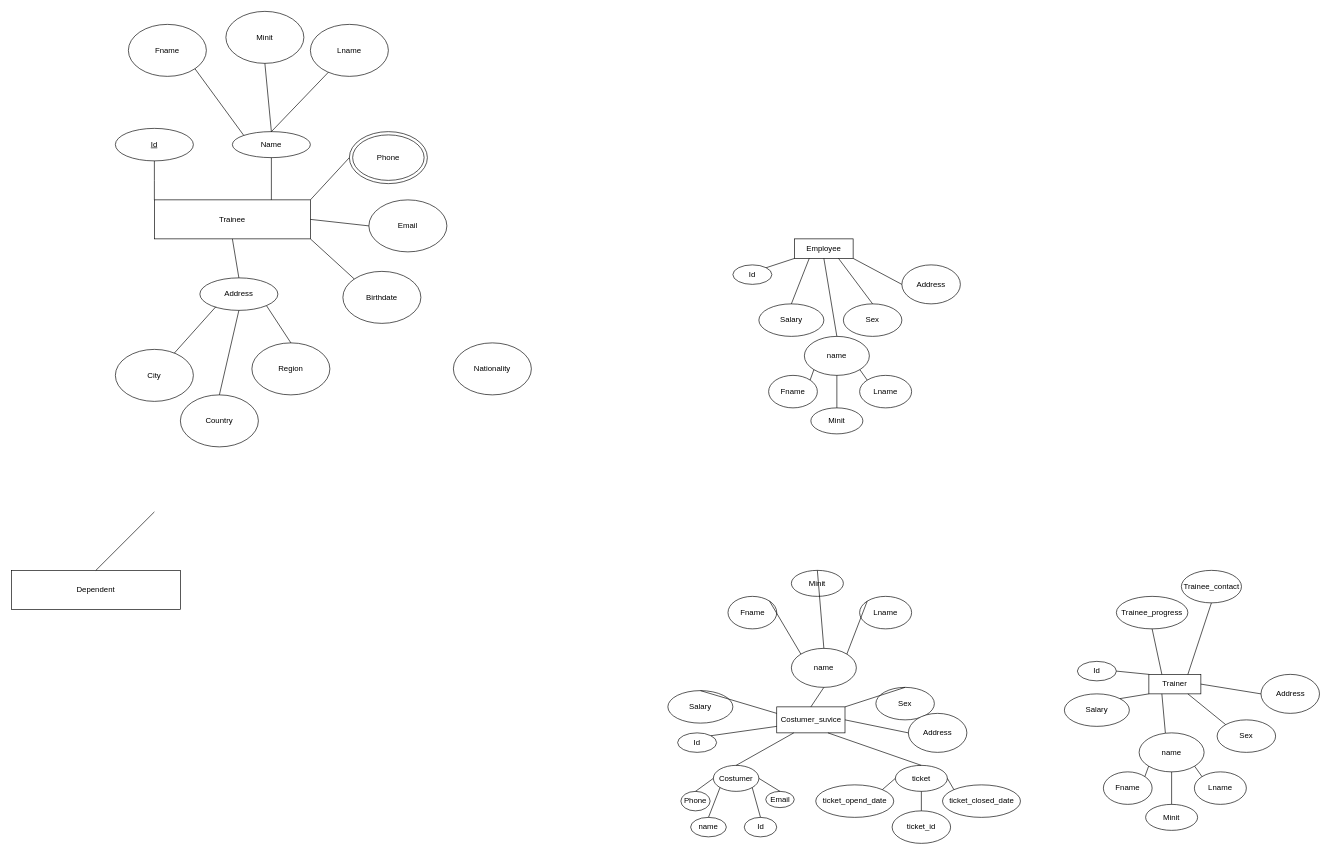
Earlier version of the draw.io diagram first.drawio (ihopethisusernamework/IS220ProjectER). Source tidied: cells renumbered, new cells numbered last; positions are measured from the earlier drawing's top-left corner, leaving out a move shared by most shapes. Both pictures are drawn from the tidied source at 65%, with x=0, y=0 at pixel (11, 11).
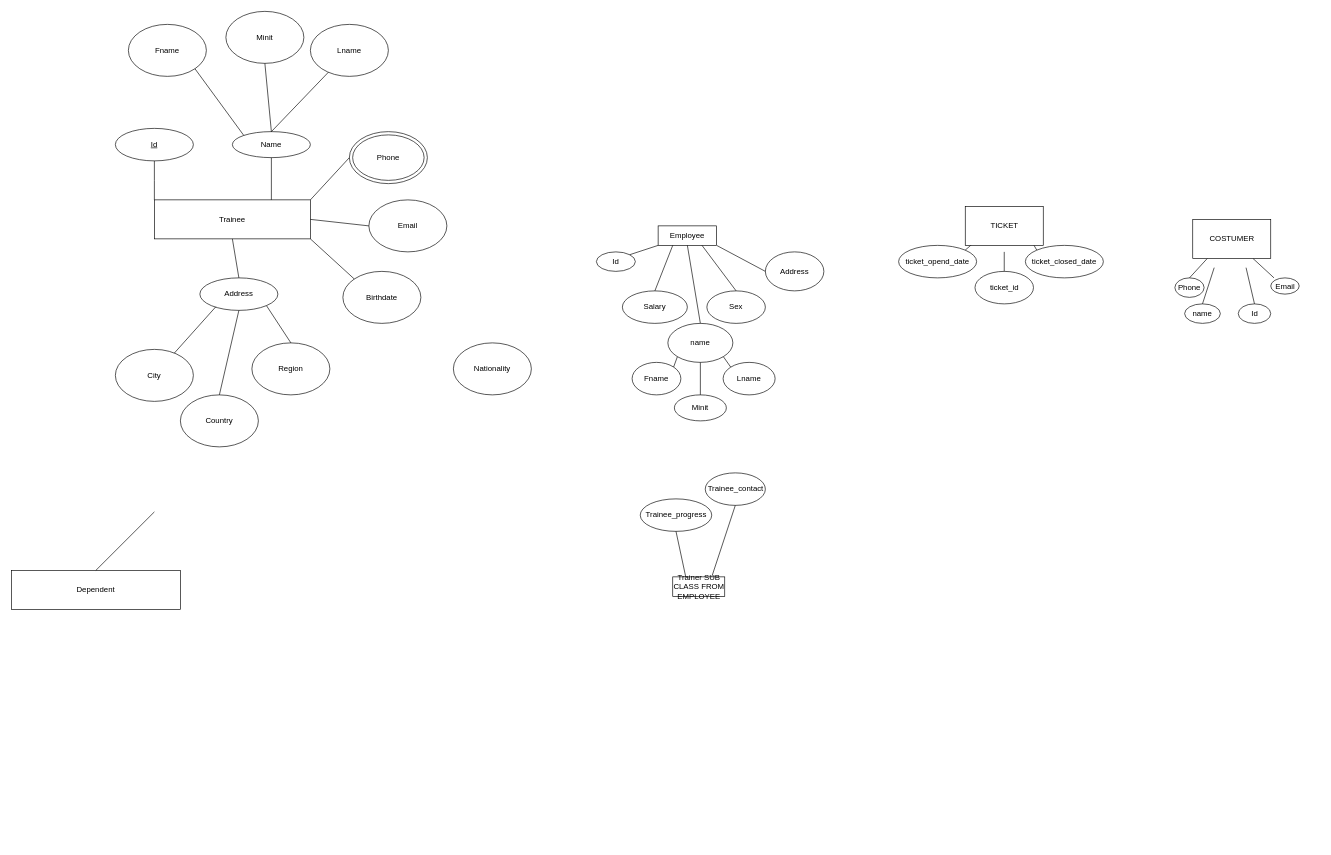
After the change.

Diff of the diagram source:
```diff
@@
     <mxCell id="30" value="Employee" style="rounded=0;whiteSpace=wrap;html=1;" parent="1" vertex="1">
-      <mxGeometry x="1205" y="350" width="90" height="30" as="geometry" />
+      <mxGeometry x="995" y="330" width="90" height="30" as="geometry" />
     </mxCell>
     <mxCell id="31" value="Id" style="ellipse;whiteSpace=wrap;html=1;" parent="1" vertex="1">
-      <mxGeometry x="1110" y="390" width="60" height="30" as="geometry" />
+      <mxGeometry x="900" y="370" width="60" height="30" as="geometry" />
     </mxCell>
     <mxCell id="32" value="Salary" style="ellipse;whiteSpace=wrap;html=1;" parent="1" vertex="1">
-      <mxGeometry x="1150" y="450" width="100" height="50" as="geometry" />
+      <mxGeometry x="940" y="430" width="100" height="50" as="geometry" />
     </mxCell>
     <mxCell id="33" value="Sex" style="ellipse;whiteSpace=wrap;html=1;" parent="1" vertex="1">
-      <mxGeometry x="1280" y="450" width="90" height="50" as="geometry" />
+      <mxGeometry x="1070" y="430" width="90" height="50" as="geometry" />
     </mxCell>
@@
     <mxCell id="37" value="Address" style="ellipse;whiteSpace=wrap;html=1;" parent="1" vertex="1">
-      <mxGeometry x="1370" y="390" width="90" height="60" as="geometry" />
+      <mxGeometry x="1160" y="370" width="90" height="60" as="geometry" />
     </mxCell>
@@
     <mxCell id="40" value="name" style="ellipse;whiteSpace=wrap;html=1;" parent="1" vertex="1">
-      <mxGeometry x="1220" y="500" width="100" height="60" as="geometry" />
+      <mxGeometry x="1010" y="480" width="100" height="60" as="geometry" />
     </mxCell>
@@
     <mxCell id="42" value="Lname" style="ellipse;whiteSpace=wrap;html=1;" parent="1" vertex="1">
-      <mxGeometry x="1305" y="560" width="80" height="50" as="geometry" />
+      <mxGeometry x="1095" y="540" width="80" height="50" as="geometry" />
     </mxCell>
     <mxCell id="43" value="Minit" style="ellipse;whiteSpace=wrap;html=1;" parent="1" vertex="1">
-      <mxGeometry x="1230" y="610" width="80" height="40" as="geometry" />
+      <mxGeometry x="1020" y="590" width="80" height="40" as="geometry" />
     </mxCell>
     <mxCell id="44" value="Fname" style="ellipse;whiteSpace=wrap;html=1;" parent="1" vertex="1">
-      <mxGeometry x="1165" y="560" width="75" height="50" as="geometry" />
+      <mxGeometry x="955" y="540" width="75" height="50" as="geometry" />
     </mxCell>
@@
-    <mxCell id="48" value="Costumer_suvice" style="rounded=0;whiteSpace=wrap;html=1;" parent="1" vertex="1">
-      <mxGeometry x="1177.5" y="1070" width="105" height="40" as="geometry" />
-    </mxCell>
     <mxCell id="49" value="ticket_opend_date" style="ellipse;whiteSpace=wrap;html=1;" parent="1" vertex="1">
-      <mxGeometry x="1237.5" y="1190" width="120" height="50" as="geometry" />
+      <mxGeometry x="1365" y="360" width="120" height="50" as="geometry" />
     </mxCell>
     <mxCell id="50" value="ticket_id" style="ellipse;whiteSpace=wrap;html=1;" parent="1" vertex="1">
-      <mxGeometry x="1355" y="1230" width="90" height="50" as="geometry" />
+      <mxGeometry x="1482.5" y="400" width="90" height="50" as="geometry" />
     </mxCell>
     <mxCell id="51" value="ticket_closed_date" style="ellipse;whiteSpace=wrap;html=1;" parent="1" vertex="1">
-      <mxGeometry x="1432.5" y="1190" width="120" height="50" as="geometry" />
+      <mxGeometry x="1560" y="360" width="120" height="50" as="geometry" />
     </mxCell>
-    <mxCell id="52" value="ticket" style="ellipse;whiteSpace=wrap;html=1;" parent="1" vertex="1">
-      <mxGeometry x="1360" y="1160" width="80" height="40" as="geometry" />
-    </mxCell>
-    <mxCell id="53" value="Trainer" style="rounded=0;whiteSpace=wrap;html=1;" parent="1" vertex="1">
-      <mxGeometry x="1750" y="1020" width="80" height="30" as="geometry" />
+    <mxCell id="53" value="Trainer SUB CLASS FROM EMPLOYEE" style="rounded=0;whiteSpace=wrap;html=1;" parent="1" vertex="1">
+      <mxGeometry x="1017.5" y="870" width="80" height="30" as="geometry" />
     </mxCell>
     <mxCell id="54" value="Trainee_progress" style="ellipse;whiteSpace=wrap;html=1;" parent="1" vertex="1">
-      <mxGeometry x="1700" y="900" width="110" height="50" as="geometry" />
+      <mxGeometry x="967.5" y="750" width="110" height="50" as="geometry" />
     </mxCell>
-    <mxCell id="55" style="endArrow=none;html=1;rounded=0;exitX=1;exitY=0;exitDx=0;exitDy=0;entryX=0;entryY=0.5;entryDx=0;entryDy=0;" parent="1" edge="1" source="49" target="52">
-      <mxGeometry relative="1" as="geometry" />
+    <mxCell id="55" style="endArrow=none;html=1;rounded=0;exitX=1;exitY=0;exitDx=0;exitDy=0;entryX=0;entryY=0.5;entryDx=0;entryDy=0;" parent="1" edge="1" source="49">
+      <mxGeometry relative="1" as="geometry">
+        <mxPoint x="1487.5" y="350" as="targetPoint" />
+      </mxGeometry>
     </mxCell>
-    <mxCell id="56" style="endArrow=none;html=1;rounded=0;entryX=0;entryY=0;entryDx=0;entryDy=0;exitX=1;exitY=0.5;exitDx=0;exitDy=0;" parent="1" edge="1" source="52" target="51">
-      <mxGeometry relative="1" as="geometry" />
+    <mxCell id="56" style="endArrow=none;html=1;rounded=0;entryX=0;entryY=0;entryDx=0;entryDy=0;exitX=1;exitY=0.5;exitDx=0;exitDy=0;" parent="1" edge="1" target="51">
+      <mxGeometry relative="1" as="geometry">
+        <mxPoint x="1567.5" y="350" as="sourcePoint" />
+      </mxGeometry>
     </mxCell>
-    <mxCell id="57" style="endArrow=none;html=1;rounded=0;entryX=0.5;entryY=0;entryDx=0;entryDy=0;exitX=0.5;exitY=1;exitDx=0;exitDy=0;" parent="1" edge="1" source="52" target="50">
-      <mxGeometry relative="1" as="geometry" />
+    <mxCell id="57" style="endArrow=none;html=1;rounded=0;entryX=0.5;entryY=0;entryDx=0;entryDy=0;exitX=0.5;exitY=1;exitDx=0;exitDy=0;" parent="1" edge="1" target="50">
+      <mxGeometry relative="1" as="geometry">
+        <mxPoint x="1527.5" y="370" as="sourcePoint" />
+      </mxGeometry>
     </mxCell>
-    <mxCell id="58" style="endArrow=none;html=1;rounded=0;entryX=0.5;entryY=0;entryDx=0;entryDy=0;exitX=0.75;exitY=1;exitDx=0;exitDy=0;" parent="1" edge="1" source="48" target="52">
-      <mxGeometry relative="1" as="geometry" />
-    </mxCell>
-    <mxCell id="59" value="Costumer" style="ellipse;whiteSpace=wrap;html=1;" parent="1" vertex="1">
-      <mxGeometry x="1080" y="1160" width="70" height="40" as="geometry" />
-    </mxCell>
     <mxCell id="60" value="Email" style="ellipse;whiteSpace=wrap;html=1;" parent="1" vertex="1">
-      <mxGeometry x="1160.6" y="1200" width="43.8" height="25" as="geometry" />
+      <mxGeometry x="1937.5" y="410" width="43.8" height="25" as="geometry" />
     </mxCell>
     <mxCell id="61" value="Phone" style="ellipse;whiteSpace=wrap;html=1;" parent="1" vertex="1">
-      <mxGeometry x="1030" y="1200" width="45" height="30" as="geometry" />
+      <mxGeometry x="1790" y="410" width="45" height="30" as="geometry" />
     </mxCell>
     <mxCell id="62" value="name" style="ellipse;whiteSpace=wrap;html=1;" parent="1" vertex="1">
-      <mxGeometry x="1045" y="1240" width="55" height="30" as="geometry" />
+      <mxGeometry x="1805" y="450" width="55" height="30" as="geometry" />
     </mxCell>
     <mxCell id="63" value="Id" style="ellipse;whiteSpace=wrap;html=1;" parent="1" vertex="1">
-      <mxGeometry x="1127.5" y="1240" width="50" height="30" as="geometry" />
+      <mxGeometry x="1887.5" y="450" width="50" height="30" as="geometry" />
     </mxCell>
-    <mxCell id="64" style="endArrow=none;html=1;rounded=0;entryX=0.5;entryY=0;entryDx=0;entryDy=0;exitX=0;exitY=0.5;exitDx=0;exitDy=0;" parent="1" edge="1" source="59" target="61">
-      <mxGeometry relative="1" as="geometry" />
+    <mxCell id="64" style="endArrow=none;html=1;rounded=0;entryX=0.5;entryY=0;entryDx=0;entryDy=0;exitX=0;exitY=0.5;exitDx=0;exitDy=0;" parent="1" edge="1" target="61">
+      <mxGeometry relative="1" as="geometry">
+        <mxPoint x="1840" y="380" as="sourcePoint" />
+      </mxGeometry>
     </mxCell>
-    <mxCell id="65" style="endArrow=none;html=1;rounded=0;entryX=1;entryY=0.5;entryDx=0;entryDy=0;exitX=0.5;exitY=0;exitDx=0;exitDy=0;" parent="1" edge="1" source="60" target="59">
-      <mxGeometry relative="1" as="geometry" />
+    <mxCell id="65" style="endArrow=none;html=1;rounded=0;entryX=1;entryY=0.5;entryDx=0;entryDy=0;exitX=0.5;exitY=0;exitDx=0;exitDy=0;" parent="1" edge="1">
+      <mxGeometry relative="1" as="geometry">
+        <mxPoint x="1942.5" y="410" as="sourcePoint" />
+        <mxPoint x="1910" y="380" as="targetPoint" />
+      </mxGeometry>
     </mxCell>
-    <mxCell id="66" style="endArrow=none;html=1;rounded=0;entryX=0;entryY=1;entryDx=0;entryDy=0;exitX=0.5;exitY=0;exitDx=0;exitDy=0;" parent="1" edge="1" source="62" target="59">
-      <mxGeometry relative="1" as="geometry" />
+    <mxCell id="66" style="endArrow=none;html=1;rounded=0;entryX=0;entryY=1;entryDx=0;entryDy=0;exitX=0.5;exitY=0;exitDx=0;exitDy=0;" parent="1" edge="1" source="62">
+      <mxGeometry relative="1" as="geometry">
+        <mxPoint x="1850.5" y="394.3" as="targetPoint" />
+      </mxGeometry>
     </mxCell>
-    <mxCell id="67" style="endArrow=none;html=1;rounded=0;entryX=0.5;entryY=0;entryDx=0;entryDy=0;exitX=1;exitY=1;exitDx=0;exitDy=0;" parent="1" edge="1" source="59" target="63">
-      <mxGeometry relative="1" as="geometry" />
+    <mxCell id="67" style="endArrow=none;html=1;rounded=0;entryX=0.5;entryY=0;entryDx=0;entryDy=0;exitX=1;exitY=1;exitDx=0;exitDy=0;" parent="1" edge="1" target="63">
+      <mxGeometry relative="1" as="geometry">
+        <mxPoint x="1899.5" y="394.3" as="sourcePoint" />
+      </mxGeometry>
     </mxCell>
-    <mxCell id="68" style="endArrow=none;html=1;rounded=0;entryX=0.25;entryY=1;entryDx=0;entryDy=0;exitX=0.5;exitY=0;exitDx=0;exitDy=0;" parent="1" edge="1" source="59" target="48">
-      <mxGeometry relative="1" as="geometry" />
-    </mxCell>
     <mxCell id="69" value="Trainee_contact" style="ellipse;whiteSpace=wrap;html=1;" parent="1" vertex="1">
-      <mxGeometry x="1800" y="860" width="92.5" height="50" as="geometry" />
+      <mxGeometry x="1067.5" y="710" width="92.5" height="50" as="geometry" />
     </mxCell>
@@
-    <mxCell id="72" value="Id" style="ellipse;whiteSpace=wrap;html=1;" parent="1" vertex="1">
-      <mxGeometry x="1640" y="1000" width="60" height="30" as="geometry" />
-    </mxCell>
-    <mxCell id="73" value="Salary" style="ellipse;whiteSpace=wrap;html=1;" parent="1" vertex="1">
-      <mxGeometry x="1620" y="1050" width="100" height="50" as="geometry" />
-    </mxCell>
-    <mxCell id="74" value="Sex" style="ellipse;whiteSpace=wrap;html=1;" parent="1" vertex="1">
-      <mxGeometry x="1855" y="1090" width="90" height="50" as="geometry" />
-    </mxCell>
-    <mxCell id="75" value="Address" style="ellipse;whiteSpace=wrap;html=1;" parent="1" vertex="1">
-      <mxGeometry x="1922.5" y="1020" width="90" height="60" as="geometry" />
-    </mxCell>
-    <mxCell id="76" value="name" style="ellipse;whiteSpace=wrap;html=1;" parent="1" vertex="1">
-      <mxGeometry x="1735" y="1110" width="100" height="60" as="geometry" />
-    </mxCell>
-    <mxCell id="77" value="Lname" style="ellipse;whiteSpace=wrap;html=1;" parent="1" vertex="1">
-      <mxGeometry x="1820" y="1170" width="80" height="50" as="geometry" />
-    </mxCell>
-    <mxCell id="78" value="Minit" style="ellipse;whiteSpace=wrap;html=1;" parent="1" vertex="1">
-      <mxGeometry x="1745" y="1220" width="80" height="40" as="geometry" />
-    </mxCell>
-    <mxCell id="79" value="Fname" style="ellipse;whiteSpace=wrap;html=1;" parent="1" vertex="1">
-      <mxGeometry x="1680" y="1170" width="75" height="50" as="geometry" />
-    </mxCell>
-    <mxCell id="80" style="endArrow=none;html=1;rounded=0;exitX=1;exitY=0;exitDx=0;exitDy=0;entryX=0;entryY=1;entryDx=0;entryDy=0;" parent="1" edge="1" source="79" target="76">
-      <mxGeometry relative="1" as="geometry" />
-    </mxCell>
-    <mxCell id="81" style="endArrow=none;html=1;rounded=0;entryX=0.5;entryY=1;entryDx=0;entryDy=0;exitX=0.5;exitY=0;exitDx=0;exitDy=0;" parent="1" edge="1" source="78" target="76">
-      <mxGeometry relative="1" as="geometry" />
-    </mxCell>
-    <mxCell id="82" style="endArrow=none;html=1;rounded=0;entryX=0;entryY=0;entryDx=0;entryDy=0;exitX=1;exitY=1;exitDx=0;exitDy=0;" parent="1" edge="1" source="76" target="77">
-      <mxGeometry relative="1" as="geometry" />
-    </mxCell>
-    <mxCell id="83" style="endArrow=none;html=1;rounded=0;entryX=1;entryY=0.5;entryDx=0;entryDy=0;exitX=0;exitY=0.5;exitDx=0;exitDy=0;" parent="1" edge="1" source="75" target="53">
-      <mxGeometry relative="1" as="geometry" />
-    </mxCell>
-    <mxCell id="84" style="endArrow=none;html=1;rounded=0;entryX=0;entryY=0;entryDx=0;entryDy=0;exitX=1;exitY=0.5;exitDx=0;exitDy=0;" parent="1" edge="1" source="72" target="53">
-      <mxGeometry relative="1" as="geometry" />
-    </mxCell>
-    <mxCell id="85" style="endArrow=none;html=1;rounded=0;entryX=0;entryY=1;entryDx=0;entryDy=0;exitX=1;exitY=0;exitDx=0;exitDy=0;" parent="1" edge="1" source="73" target="53">
-      <mxGeometry relative="1" as="geometry" />
-    </mxCell>
-    <mxCell id="86" style="endArrow=none;html=1;rounded=0;entryX=0.404;entryY=0.005;entryDx=0;entryDy=0;exitX=0.25;exitY=1;exitDx=0;exitDy=0;entryPerimeter=0;" parent="1" edge="1" source="53" target="76">
-      <mxGeometry relative="1" as="geometry" />
-    </mxCell>
-    <mxCell id="87" style="endArrow=none;html=1;rounded=0;entryX=0;entryY=0;entryDx=0;entryDy=0;exitX=0.75;exitY=1;exitDx=0;exitDy=0;" parent="1" edge="1" source="53" target="74">
-      <mxGeometry relative="1" as="geometry" />
-    </mxCell>
-    <mxCell id="88" value="Id" style="ellipse;whiteSpace=wrap;html=1;" parent="1" vertex="1">
-      <mxGeometry x="1025" y="1110" width="60" height="30" as="geometry" />
-    </mxCell>
-    <mxCell id="89" value="Salary" style="ellipse;whiteSpace=wrap;html=1;" parent="1" vertex="1">
-      <mxGeometry x="1010" y="1045" width="100" height="50" as="geometry" />
-    </mxCell>
-    <mxCell id="90" value="Sex" style="ellipse;whiteSpace=wrap;html=1;" parent="1" vertex="1">
-      <mxGeometry x="1330" y="1040" width="90" height="50" as="geometry" />
-    </mxCell>
-    <mxCell id="91" style="endArrow=none;html=1;rounded=0;entryX=0;entryY=0.75;entryDx=0;entryDy=0;exitX=1;exitY=0;exitDx=0;exitDy=0;" parent="1" edge="1" source="88" target="48">
-      <mxGeometry relative="1" as="geometry" />
-    </mxCell>
-    <mxCell id="92" style="endArrow=none;html=1;rounded=0;entryX=0;entryY=0.25;entryDx=0;entryDy=0;exitX=0.5;exitY=0;exitDx=0;exitDy=0;" parent="1" edge="1" source="89" target="48">
-      <mxGeometry relative="1" as="geometry" />
-    </mxCell>
-    <mxCell id="93" style="endArrow=none;html=1;rounded=0;entryX=1;entryY=0;entryDx=0;entryDy=0;exitX=0.5;exitY=0;exitDx=0;exitDy=0;" parent="1" edge="1" source="90" target="48">
-      <mxGeometry relative="1" as="geometry" />
-    </mxCell>
-    <mxCell id="94" value="Address" style="ellipse;whiteSpace=wrap;html=1;" parent="1" vertex="1">
-      <mxGeometry x="1380" y="1080" width="90" height="60" as="geometry" />
-    </mxCell>
-    <mxCell id="95" style="endArrow=none;html=1;rounded=0;entryX=1;entryY=0.5;entryDx=0;entryDy=0;exitX=0;exitY=0.5;exitDx=0;exitDy=0;" parent="1" edge="1" source="94" target="48">
-      <mxGeometry relative="1" as="geometry" />
-    </mxCell>
-    <mxCell id="96" value="name" style="ellipse;whiteSpace=wrap;html=1;" parent="1" vertex="1">
-      <mxGeometry x="1200" y="980" width="100" height="60" as="geometry" />
-    </mxCell>
-    <mxCell id="97" style="endArrow=none;html=1;rounded=0;entryX=0.5;entryY=0;entryDx=0;entryDy=0;exitX=0.5;exitY=1;exitDx=0;exitDy=0;" parent="1" edge="1" source="96" target="48">
-      <mxGeometry relative="1" as="geometry" />
-    </mxCell>
-    <mxCell id="98" value="Lname" style="ellipse;whiteSpace=wrap;html=1;" parent="1" vertex="1">
-      <mxGeometry x="1305" y="900" width="80" height="50" as="geometry" />
-    </mxCell>
-    <mxCell id="99" value="Minit" style="ellipse;whiteSpace=wrap;html=1;" parent="1" vertex="1">
-      <mxGeometry x="1200" y="860" width="80" height="40" as="geometry" />
-    </mxCell>
-    <mxCell id="100" value="Fname" style="ellipse;whiteSpace=wrap;html=1;" parent="1" vertex="1">
-      <mxGeometry x="1102.5" y="900" width="75" height="50" as="geometry" />
-    </mxCell>
-    <mxCell id="101" style="endArrow=none;html=1;rounded=0;exitX=1;exitY=0;exitDx=0;exitDy=0;entryX=0;entryY=0;entryDx=0;entryDy=0;" parent="1" edge="1" source="100" target="96">
-      <mxGeometry relative="1" as="geometry" />
-    </mxCell>
-    <mxCell id="102" style="endArrow=none;html=1;rounded=0;exitX=0.5;exitY=0;exitDx=0;exitDy=0;entryX=0.5;entryY=0;entryDx=0;entryDy=0;" parent="1" edge="1" source="99" target="96">
-      <mxGeometry relative="1" as="geometry" />
-    </mxCell>
-    <mxCell id="103" style="endArrow=none;html=1;rounded=0;entryX=0;entryY=0;entryDx=0;entryDy=0;exitX=1;exitY=0;exitDx=0;exitDy=0;" parent="1" edge="1" source="96" target="98">
-      <mxGeometry relative="1" as="geometry" />
-    </mxCell>
+    <mxCell id="104" value="COSTUMER" style="rounded=0;whiteSpace=wrap;html=1;" parent="1" vertex="1">
+      <mxGeometry x="1817.5" y="320" width="120" height="60" as="geometry" />
+    </mxCell>
+    <mxCell id="105" value="TICKET" style="rounded=0;whiteSpace=wrap;html=1;" parent="1" vertex="1">
+      <mxGeometry x="1467.5" y="300" width="120" height="60" as="geometry" />
+    </mxCell>
```
